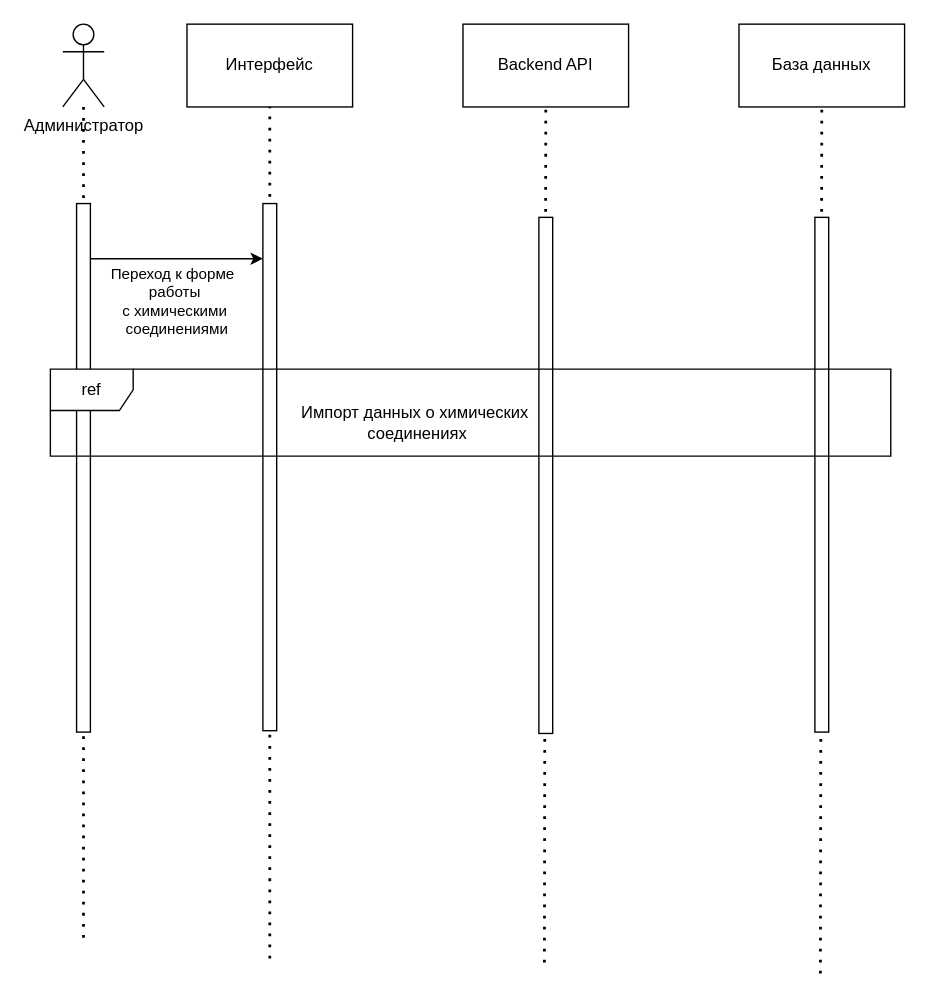
The draw.io diagram sequence_manage-components.drawio in eva01pilot/plant-tissue-diagrams, before the edit. Source tidied: cells renumbered, new cells numbered last; positions are measured from the earlier drawing's top-left corner, leaving out a move shared by most shapes. Both pictures are drawn from the tidied source at 138%, with x=0, y=0 at pixel (50, 23).
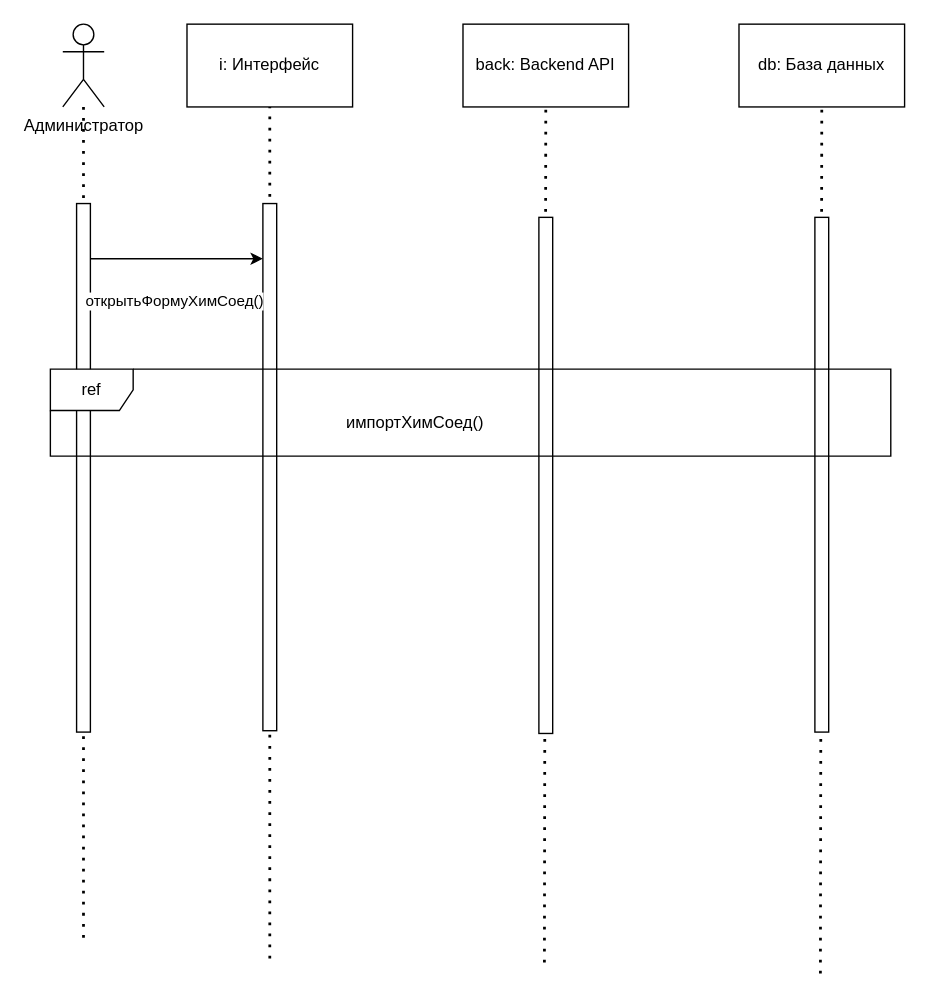
Above is the later version.

Unchanged cells that the change refers to:
```xml
<mxCell id="14" style="endArrow=classic;html=1;rounded=0;" parent="1" edge="1">
  <mxGeometry relative="1" as="geometry">
    <mxPoint x="29" y="170" as="sourcePoint" />
    <mxPoint x="154" y="170" as="targetPoint" />
    <Array as="points">
      <mxPoint x="109" y="170" />
    </Array>
  </mxGeometry>
</mxCell>
```

What changed in the source:
```diff
@@
-    <mxCell id="7" value="Интерфейс" style="rounded=0;whiteSpace=wrap;html=1;" parent="1" vertex="1">
+    <mxCell id="7" value="i: Интерфейс" style="rounded=0;whiteSpace=wrap;html=1;" parent="1" vertex="1">
       <mxGeometry x="99" width="120" height="60" as="geometry" />
     </mxCell>
@@
-    <mxCell id="10" value="Backend API" style="rounded=0;whiteSpace=wrap;html=1;" parent="1" vertex="1">
+    <mxCell id="10" value="back: Backend API" style="rounded=0;whiteSpace=wrap;html=1;" parent="1" vertex="1">
       <mxGeometry x="299" width="120" height="60" as="geometry" />
     </mxCell>
@@
-    <mxCell id="12" value="База данных" style="rounded=0;whiteSpace=wrap;html=1;" parent="1" vertex="1">
+    <mxCell id="12" value="db: База данных" style="rounded=0;whiteSpace=wrap;html=1;" parent="1" vertex="1">
       <mxGeometry x="499" width="120" height="60" as="geometry" />
     </mxCell>
@@
-    <mxCell id="15" value="&lt;div&gt;Переход к форме&amp;nbsp;&lt;/div&gt;&lt;div&gt;работы&lt;/div&gt;&lt;div&gt;с химическими&lt;/div&gt;&lt;div&gt;&amp;nbsp;соединениями&lt;br&gt;&lt;/div&gt;" style="edgeLabel;html=1;align=center;verticalAlign=middle;" parent="14" vertex="1">
+    <mxCell id="15" value="открытьФормуХимСоед()" style="edgeLabel;html=1;align=center;verticalAlign=middle;" parent="14" vertex="1">
       <mxGeometry x="-0.28" relative="1" as="geometry">
         <mxPoint x="15" y="30" as="offset" />
       </mxGeometry>
     </mxCell>
@@
-    <mxCell id="17" value="&lt;div&gt;Импорт данных о химических&lt;/div&gt;&lt;div&gt;&amp;nbsp;соединениях&lt;/div&gt;" style="text;html=1;align=center;verticalAlign=middle;strokeColor=none;fillColor=none;" parent="1" vertex="1">
-      <mxGeometry x="171" y="268" width="185" height="41" as="geometry" />
+    <mxCell id="17" value="импортХимСоед()" style="text;html=1;align=center;verticalAlign=middle;strokeColor=none;fillColor=none;" parent="1" vertex="1">
+      <mxGeometry x="203" y="276" width="121" height="26" as="geometry" />
     </mxCell>
```
